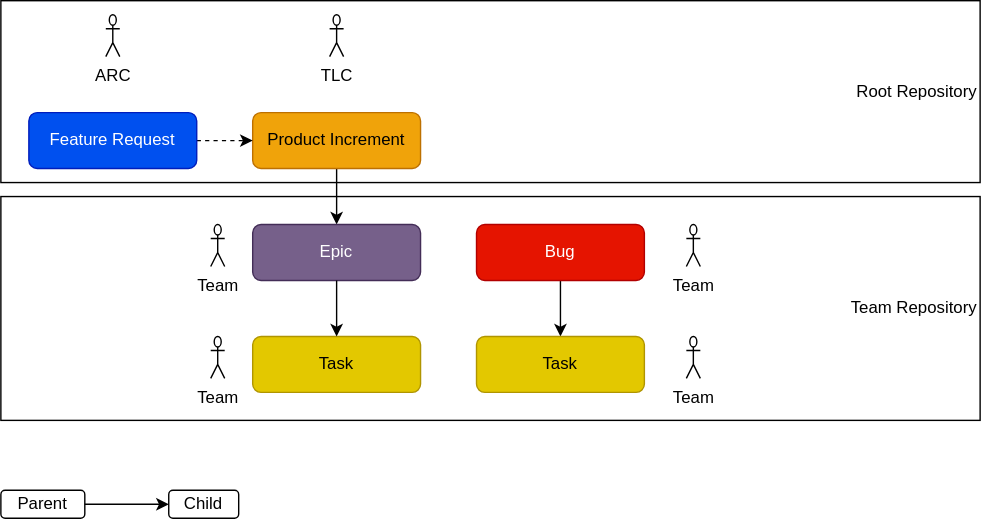
The draw.io diagram docs/platform_management_plan/_assets/score_project_management_issue_types.drawio.svg in eclipse-score/score, before a commit. Source tidied: cells renumbered, new cells last; positions are measured from the earlier drawing's top-left corner, leaving out a move shared by most shapes.
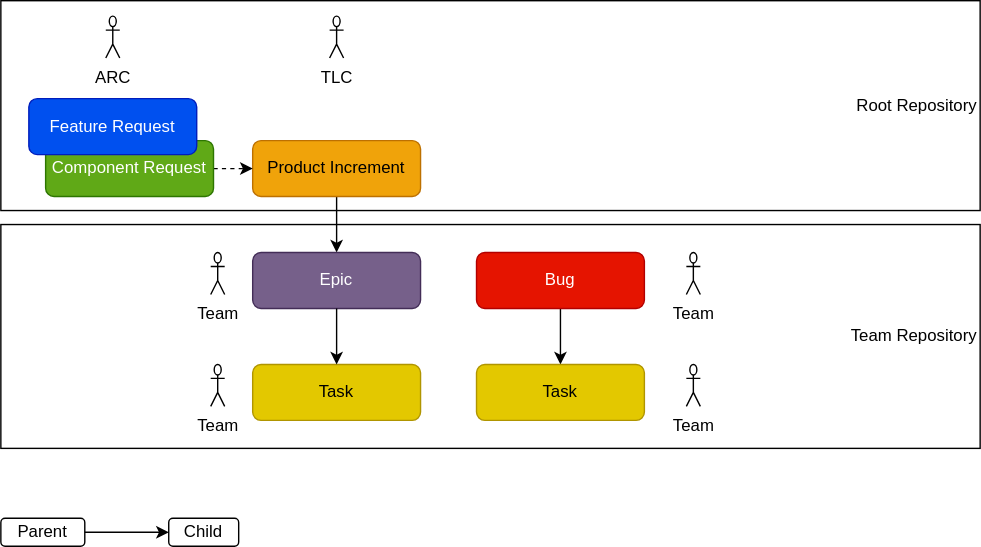
The same diagram one commit later.

What changed in the source:
```diff
@@ -6,7 +6,7 @@
       <mxGeometry y="140" width="700" height="160" as="geometry" />
     </mxCell>
     <mxCell id="3" value="Root Repository" style="rounded=0;whiteSpace=wrap;html=1;align=right;" parent="1" vertex="1">
-      <mxGeometry width="700" height="130" as="geometry" />
+      <mxGeometry y="-20" width="700" height="150" as="geometry" />
     </mxCell>
     <mxCell id="4" style="edgeStyle=none;html=1;exitX=0.5;exitY=1;exitDx=0;exitDy=0;entryX=0.5;entryY=0;entryDx=0;entryDy=0;" parent="1" edge="1" source="5" target="6">
       <mxGeometry relative="1" as="geometry" />
@@ -26,8 +26,8 @@
     <mxCell id="9" style="edgeStyle=none;html=1;entryX=0;entryY=0.5;entryDx=0;entryDy=0;dashed=1;" parent="1" edge="1" source="10" target="5">
       <mxGeometry relative="1" as="geometry" />
     </mxCell>
-    <mxCell id="10" value="Feature Request" style="rounded=1;whiteSpace=wrap;html=1;fillColor=#0050ef;fontColor=#ffffff;strokeColor=#001DBC;" parent="1" vertex="1">
-      <mxGeometry x="20" y="80" width="120" height="40" as="geometry" />
+    <mxCell id="10" value="Component Request" style="rounded=1;whiteSpace=wrap;html=1;fillColor=#60a917;fontColor=#ffffff;strokeColor=#2D7600;" parent="1" vertex="1">
+      <mxGeometry x="32" y="80" width="120" height="40" as="geometry" />
     </mxCell>
     <mxCell id="11" style="edgeStyle=none;html=1;exitX=0.5;exitY=1;exitDx=0;exitDy=0;entryX=0.5;entryY=0;entryDx=0;entryDy=0;" parent="1" edge="1" source="6" target="8">
       <mxGeometry relative="1" as="geometry" />
@@ -39,10 +39,10 @@
       <mxGeometry x="340" y="160" width="120" height="40" as="geometry" />
     </mxCell>
     <mxCell id="14" value="ARC" style="shape=umlActor;verticalLabelPosition=bottom;verticalAlign=top;html=1;" parent="1" vertex="1">
-      <mxGeometry x="75" y="10" width="10" height="30" as="geometry" />
+      <mxGeometry x="75" y="-9" width="10" height="30" as="geometry" />
     </mxCell>
     <mxCell id="15" value="TLC" style="shape=umlActor;verticalLabelPosition=bottom;verticalAlign=top;html=1;" parent="1" vertex="1">
-      <mxGeometry x="235" y="10" width="10" height="30" as="geometry" />
+      <mxGeometry x="235" y="-9" width="10" height="30" as="geometry" />
     </mxCell>
     <mxCell id="16" value="Team" style="shape=umlActor;verticalLabelPosition=bottom;verticalAlign=top;html=1;" parent="1" vertex="1">
       <mxGeometry x="150" y="240" width="10" height="30" as="geometry" />
@@ -65,5 +65,8 @@
     <mxCell id="22" style="endArrow=classic;html=1;exitX=1;exitY=0.5;exitDx=0;exitDy=0;entryX=0;entryY=0.5;entryDx=0;entryDy=0;" parent="1" edge="1" source="20" target="21">
       <mxGeometry relative="1" as="geometry" />
     </mxCell>
+    <mxCell id="23" value="Feature Request" style="rounded=1;whiteSpace=wrap;html=1;fillColor=#0050ef;fontColor=#ffffff;strokeColor=#001DBC;" parent="1" vertex="1">
+      <mxGeometry x="20" y="50" width="120" height="40" as="geometry" />
+    </mxCell>
   </root>
 </mxGraphModel>
```
